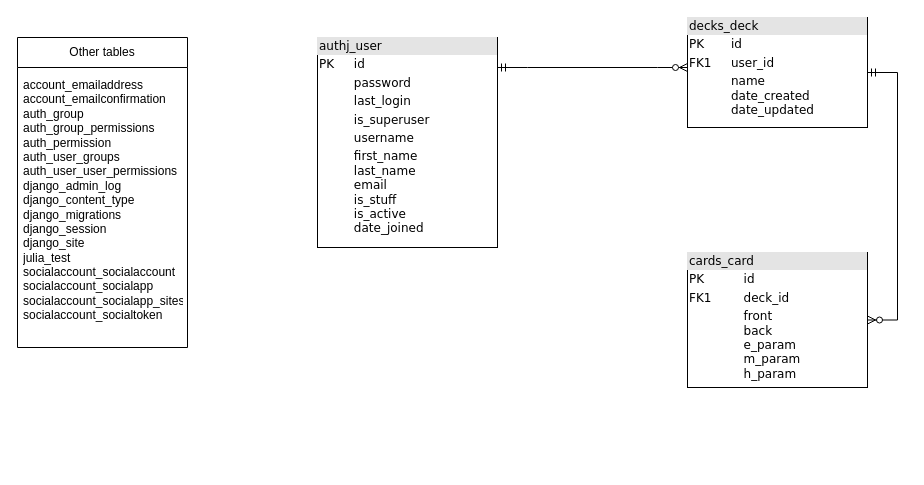
Before: design/db_schema.drawio in noginpavlo/julia, a draw.io diagram. Source tidied: cells renumbered, new cells numbered last; positions are measured from the earlier drawing's top-left corner, leaving out a move shared by most shapes. Both pictures are drawn from the tidied source at 100%, with x=0, y=0 at pixel (17, 17).
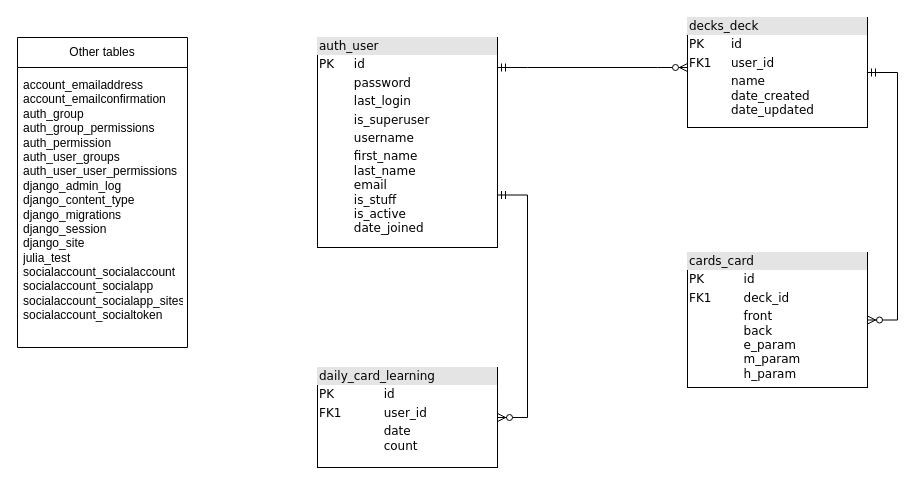
After the change.

Commit message (it also covers changes not shown here):
Ammended drawio files for db and for functionality

The edit, as a diff of the source:
```diff
@@
 <mxGraphModel>
   <root>
     <mxCell id="0" />
     <mxCell id="1" parent="0" />
-    <mxCell id="2" value="&lt;div style=&quot;box-sizing: border-box ; width: 100% ; background: #e4e4e4 ; padding: 2px&quot;&gt;authj_user&lt;/div&gt;&lt;table style=&quot;width: 100% ; font-size: 1em&quot; cellpadding=&quot;2&quot; cellspacing=&quot;0&quot;&gt;&lt;tbody&gt;&lt;tr&gt;&lt;td&gt;PK&lt;/td&gt;&lt;td&gt;id&lt;/td&gt;&lt;/tr&gt;&lt;tr&gt;&lt;td&gt;&lt;br&gt;&lt;/td&gt;&lt;td&gt;password&lt;/td&gt;&lt;/tr&gt;&lt;tr&gt;&lt;td&gt;&lt;br&gt;&lt;/td&gt;&lt;td&gt;last_login&lt;/td&gt;&lt;/tr&gt;&lt;tr&gt;&lt;td&gt;&lt;br&gt;&lt;/td&gt;&lt;td&gt;is_superuser&lt;/td&gt;&lt;/tr&gt;&lt;tr&gt;&lt;td&gt;&lt;br&gt;&lt;/td&gt;&lt;td&gt;username&lt;/td&gt;&lt;/tr&gt;&lt;tr&gt;&lt;td&gt;&lt;br&gt;&lt;/td&gt;&lt;td&gt;first_name&lt;br&gt;last_name&lt;br&gt;email&lt;br&gt;is_stuff&lt;br&gt;is_active&lt;br&gt;date_joined&lt;br&gt;&lt;br&gt;&lt;/td&gt;&lt;/tr&gt;&lt;/tbody&gt;&lt;/table&gt;" style="verticalAlign=top;align=left;overflow=fill;html=1;rounded=0;shadow=0;comic=0;labelBackgroundColor=none;strokeWidth=1;fontFamily=Verdana;fontSize=12;" parent="1" vertex="1">
+    <mxCell id="2" value="&lt;div style=&quot;box-sizing: border-box ; width: 100% ; background: #e4e4e4 ; padding: 2px&quot;&gt;auth_user&lt;/div&gt;&lt;table style=&quot;width: 100% ; font-size: 1em&quot; cellpadding=&quot;2&quot; cellspacing=&quot;0&quot;&gt;&lt;tbody&gt;&lt;tr&gt;&lt;td&gt;PK&lt;/td&gt;&lt;td&gt;id&lt;/td&gt;&lt;/tr&gt;&lt;tr&gt;&lt;td&gt;&lt;br&gt;&lt;/td&gt;&lt;td&gt;password&lt;/td&gt;&lt;/tr&gt;&lt;tr&gt;&lt;td&gt;&lt;br&gt;&lt;/td&gt;&lt;td&gt;last_login&lt;/td&gt;&lt;/tr&gt;&lt;tr&gt;&lt;td&gt;&lt;br&gt;&lt;/td&gt;&lt;td&gt;is_superuser&lt;/td&gt;&lt;/tr&gt;&lt;tr&gt;&lt;td&gt;&lt;br&gt;&lt;/td&gt;&lt;td&gt;username&lt;/td&gt;&lt;/tr&gt;&lt;tr&gt;&lt;td&gt;&lt;br&gt;&lt;/td&gt;&lt;td&gt;first_name&lt;br&gt;last_name&lt;br&gt;email&lt;br&gt;is_stuff&lt;br&gt;is_active&lt;br&gt;date_joined&lt;br&gt;&lt;br&gt;&lt;/td&gt;&lt;/tr&gt;&lt;/tbody&gt;&lt;/table&gt;" style="verticalAlign=top;align=left;overflow=fill;html=1;rounded=0;shadow=0;comic=0;labelBackgroundColor=none;strokeWidth=1;fontFamily=Verdana;fontSize=12;" parent="1" vertex="1">
       <mxGeometry x="300" y="20" width="180" height="210" as="geometry" />
     </mxCell>
     <mxCell id="3" value="&lt;div style=&quot;box-sizing: border-box ; width: 100% ; background: #e4e4e4 ; padding: 2px&quot;&gt;cards_card&lt;/div&gt;&lt;table style=&quot;width: 100% ; font-size: 1em&quot; cellpadding=&quot;2&quot; cellspacing=&quot;0&quot;&gt;&lt;tbody&gt;&lt;tr&gt;&lt;td&gt;PK&lt;/td&gt;&lt;td&gt;id&lt;/td&gt;&lt;/tr&gt;&lt;tr&gt;&lt;td&gt;FK1&lt;/td&gt;&lt;td&gt;deck_id&lt;br&gt;&lt;/td&gt;&lt;/tr&gt;&lt;tr&gt;&lt;td&gt;&lt;/td&gt;&lt;td&gt;front&lt;br&gt;back&lt;br&gt;e_param&lt;br&gt;m_param&lt;br&gt;h_param&lt;br&gt;&lt;br&gt;&lt;/td&gt;&lt;/tr&gt;&lt;tr&gt;&lt;td&gt;&lt;br&gt;&lt;/td&gt;&lt;td&gt;&lt;br&gt;&lt;/td&gt;&lt;/tr&gt;&lt;tr&gt;&lt;td&gt;&lt;br&gt;&lt;/td&gt;&lt;td&gt;&lt;br&gt;&lt;/td&gt;&lt;/tr&gt;&lt;tr&gt;&lt;td&gt;&lt;br&gt;&lt;/td&gt;&lt;td&gt;&lt;br&gt;&lt;/td&gt;&lt;/tr&gt;&lt;/tbody&gt;&lt;/table&gt;" style="verticalAlign=top;align=left;overflow=fill;html=1;rounded=0;shadow=0;comic=0;labelBackgroundColor=none;strokeWidth=1;fontFamily=Verdana;fontSize=12;" parent="1" vertex="1">
       <mxGeometry x="670" y="235" width="180" height="135" as="geometry" />
     </mxCell>
     <mxCell id="4" value="&lt;div style=&quot;box-sizing:border-box;width:100%;background:#e4e4e4;padding:2px;&quot;&gt;decks_deck&lt;/div&gt;&lt;table style=&quot;width:100%;font-size:1em;&quot; cellpadding=&quot;2&quot; cellspacing=&quot;0&quot;&gt;&lt;tbody&gt;&lt;tr&gt;&lt;td&gt;PK&lt;/td&gt;&lt;td&gt;id&lt;/td&gt;&lt;/tr&gt;&lt;tr&gt;&lt;td&gt;FK1&lt;/td&gt;&lt;td&gt;user_id&lt;/td&gt;&lt;/tr&gt;&lt;tr&gt;&lt;td&gt;&lt;/td&gt;&lt;td&gt;name&lt;br&gt;date_created&lt;br&gt;date_updated&lt;br&gt;&lt;br&gt;&lt;br&gt;&lt;br&gt;&lt;/td&gt;&lt;/tr&gt;&lt;/tbody&gt;&lt;/table&gt;" style="verticalAlign=top;align=left;overflow=fill;html=1;rounded=0;shadow=0;comic=0;labelBackgroundColor=none;strokeWidth=1;fontFamily=Verdana;fontSize=12;" parent="1" vertex="1">
       <mxGeometry x="670" width="180" height="110" as="geometry" />
     </mxCell>
     <mxCell id="5" style="edgeStyle=entityRelationEdgeStyle;fontSize=12;html=1;endArrow=ERzeroToMany;startArrow=ERmandOne;rounded=0;exitX=1;exitY=0.5;exitDx=0;exitDy=0;entryX=0;entryY=0.5;entryDx=0;entryDy=0;" parent="1" edge="1">
       <mxGeometry relative="1" as="geometry">
         <mxPoint x="480" y="50" as="sourcePoint" />
         <mxPoint x="670" y="50" as="targetPoint" />
       </mxGeometry>
     </mxCell>
     <mxCell id="6" style="edgeStyle=entityRelationEdgeStyle;fontSize=12;html=1;endArrow=ERzeroToMany;startArrow=ERmandOne;rounded=0;exitX=1;exitY=0.5;exitDx=0;exitDy=0;entryX=1;entryY=0.5;entryDx=0;entryDy=0;" parent="1" edge="1" source="4" target="3">
       <mxGeometry relative="1" as="geometry" />
     </mxCell>
     <mxCell id="7" value="Other tables" style="swimlane;fontStyle=0;horizontal=1;startSize=30;whiteSpace=wrap;html=1;" parent="1" vertex="1">
       <mxGeometry y="20" width="170" height="310" as="geometry" />
     </mxCell>
     <mxCell id="8" value="&lt;div&gt;account_emailaddress&amp;nbsp;&amp;nbsp;&lt;/div&gt;&lt;div&gt;account_emailconfirmation&amp;nbsp;&amp;nbsp;&lt;/div&gt;&lt;div&gt;auth_group&amp;nbsp;&amp;nbsp;&lt;/div&gt;&lt;div&gt;auth_group_permissions&amp;nbsp;&amp;nbsp;&lt;/div&gt;&lt;div&gt;auth_permission&amp;nbsp;&amp;nbsp;&lt;/div&gt;&lt;div&gt;auth_user_groups&amp;nbsp;&amp;nbsp;&lt;/div&gt;&lt;div&gt;auth_user_user_permissions&amp;nbsp;&amp;nbsp;&lt;/div&gt;&lt;div&gt;django_admin_log&amp;nbsp;&amp;nbsp;&lt;/div&gt;&lt;div&gt;django_content_type&amp;nbsp;&amp;nbsp;&lt;/div&gt;&lt;div&gt;django_migrations&amp;nbsp;&amp;nbsp;&lt;/div&gt;&lt;div&gt;django_session&amp;nbsp;&amp;nbsp;&lt;/div&gt;&lt;div&gt;django_site&amp;nbsp;&amp;nbsp;&lt;/div&gt;&lt;div&gt;julia_test&amp;nbsp;&amp;nbsp;&lt;/div&gt;&lt;div&gt;socialaccount_socialaccount&amp;nbsp;&amp;nbsp;&lt;/div&gt;&lt;div&gt;socialaccount_socialapp&amp;nbsp;&amp;nbsp;&lt;/div&gt;&lt;div&gt;socialaccount_socialapp_sites&amp;nbsp;&amp;nbsp;&lt;/div&gt;&lt;div&gt;socialaccount_socialtoken&amp;nbsp;&amp;nbsp;&lt;/div&gt;&lt;div&gt;&lt;br&gt;&lt;/div&gt;" style="text;strokeColor=none;fillColor=none;align=left;verticalAlign=middle;spacingLeft=4;spacingRight=4;overflow=hidden;whiteSpace=wrap;html=1;" parent="1" vertex="1">
       <mxGeometry y="50" width="170" height="280" as="geometry" />
     </mxCell>
+    <mxCell id="9" value="&lt;div style=&quot;box-sizing: border-box ; width: 100% ; background: #e4e4e4 ; padding: 2px&quot;&gt;daily_card_learning&lt;/div&gt;&lt;table style=&quot;width: 100% ; font-size: 1em&quot; cellpadding=&quot;2&quot; cellspacing=&quot;0&quot;&gt;&lt;tbody&gt;&lt;tr&gt;&lt;td&gt;PK&lt;/td&gt;&lt;td&gt;id&lt;/td&gt;&lt;/tr&gt;&lt;tr&gt;&lt;td&gt;FK1&lt;/td&gt;&lt;td&gt;user_id&lt;/td&gt;&lt;/tr&gt;&lt;tr&gt;&lt;td&gt;&lt;/td&gt;&lt;td&gt;date&lt;br&gt;count&lt;br&gt;&lt;br&gt;&lt;/td&gt;&lt;/tr&gt;&lt;tr&gt;&lt;td&gt;&lt;br&gt;&lt;/td&gt;&lt;td&gt;&lt;br&gt;&lt;/td&gt;&lt;/tr&gt;&lt;tr&gt;&lt;td&gt;&lt;br&gt;&lt;/td&gt;&lt;td&gt;&lt;br&gt;&lt;/td&gt;&lt;/tr&gt;&lt;tr&gt;&lt;td&gt;&lt;br&gt;&lt;/td&gt;&lt;td&gt;&lt;br&gt;&lt;/td&gt;&lt;/tr&gt;&lt;/tbody&gt;&lt;/table&gt;" style="verticalAlign=top;align=left;overflow=fill;html=1;rounded=0;shadow=0;comic=0;labelBackgroundColor=none;strokeWidth=1;fontFamily=Verdana;fontSize=12;" parent="1" vertex="1">
+      <mxGeometry x="300" y="350" width="180" height="100" as="geometry" />
+    </mxCell>
+    <mxCell id="10" style="edgeStyle=entityRelationEdgeStyle;fontSize=12;html=1;endArrow=ERzeroToMany;startArrow=ERmandOne;rounded=0;entryX=1;entryY=0.5;entryDx=0;entryDy=0;exitX=1;exitY=0.75;exitDx=0;exitDy=0;" parent="1" edge="1" source="2" target="9">
+      <mxGeometry relative="1" as="geometry" />
+    </mxCell>
   </root>
 </mxGraphModel>
```
